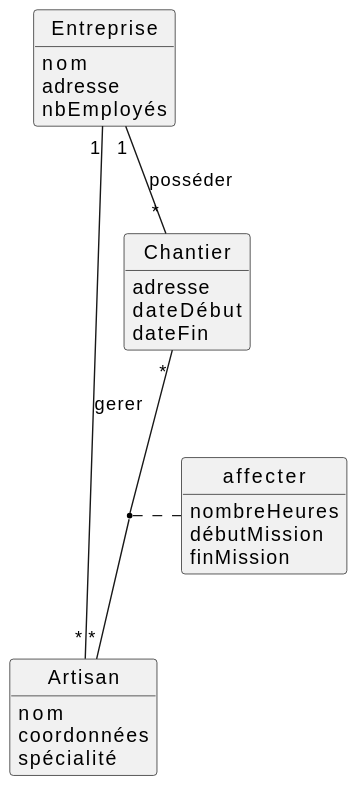
Above: dc.svg in IUT-Blagnac/r2-01-conception-td5-neptune2022 (PlantUML), before the change. Source of this version:
```plantuml
@startuml
skinparam classAttributeIconSize 0

hide circle
hide empty members
hide empty methods

Entreprise "1" -- "*" Artisan : gerer
Entreprise "1" -- "*" Chantier : posséder
Chantier "*" -- "*" Artisan
(Artisan, Chantier) .. affecter

Class Entreprise {
    nom
    adresse
    nbEmployés
}

Class Artisan {
    nom
    coordonnées
    spécialité
}

Class Chantier {
    adresse
    dateDébut
    dateFin
}

Class affecter {
    nombreHeures
    débutMission
    finMission
}
@enduml
```
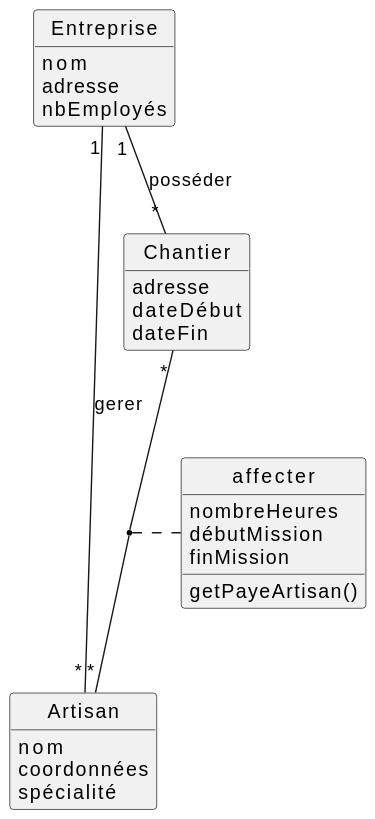
The same diagram one commit later.

Diff of the diagram source:
```diff
@@ -32,5 +32,6 @@
     nombreHeures
     débutMission
     finMission
+    getPayeArtisan()
 }
 @enduml
```
